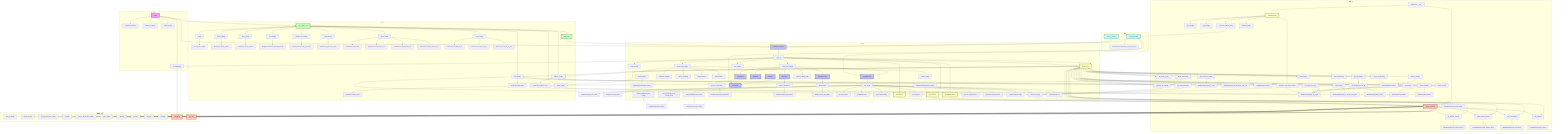
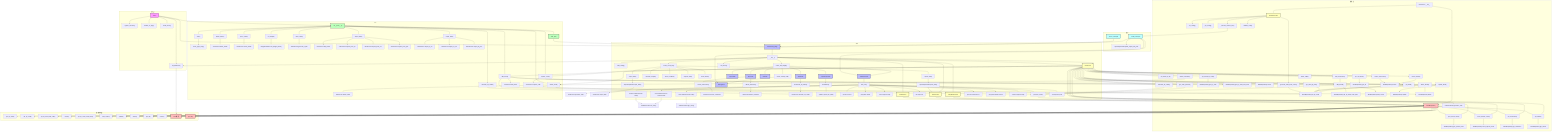
flowchart TD
    subgraph 主入口
        main["main()"] --> init_database["init_database()"]
        main --> register_services["register_services()"]
        main --> handle_cli_args["handle_cli_args()"]
        main --> show_menu["show_menu()"]
    end

    subgraph GUI
        VMTOOLPyQtApp["VMTOOLPyQtApp"] --> __init__["__init__()"]
        __init__ --> load_config["load_config()"]
        __init__ --> create_menu_bar["create_menu_bar()"]
        __init__ --> init_database
        __init__ --> DictService
        __init__ --> WeightCalculator
        __init__ --> FilterService
        __init__ --> StatsService
        __init__ --> set_theme["set_theme()"]
        __init__ --> create_tab_widget["create_tab_widget()"]

        create_menu_bar --> import_data["import_data()"]
        create_menu_bar --> export_data["export_data()"]
        create_menu_bar --> calculate_weight["calculate_weight()"]
        create_menu_bar --> detect_conflicts["detect_conflicts()"]
        create_menu_bar --> migrate_data["migrate_data()"]
        create_menu_bar --> show_about["show_about()"]

        import_data --> ImportExportTab.import_data["ImportExportTab.import_data()"]
        export_data --> ImportExportTab.export_data["ImportExportTab.export_data()"]

        create_tab_widget --> CharsTab["CharsTab"]
        create_tab_widget --> SpecialTab["SpecialTab"]
        create_tab_widget --> WordsTab["WordsTab"]
        create_tab_widget --> StatsTab["StatsTab"]
        create_tab_widget --> ImportExportTab["ImportExportTab"]
        create_tab_widget --> CodeRulesTab["CodeRulesTab"]
        create_tab_widget --> create_settings_tab["create_settings_tab()"]
        create_settings_tab --> SettingsTab["SettingsTab"]

        CharsTab --> search_characters_gui["search_characters()"]
        search_characters_gui --> DictService.search_characters

        CharsTab --> delete_character_gui["delete_character()"]
        delete_character_gui --> DictService.delete_character
+ 
+         WordsTab --> recalculate_all_codes_gui["recalculate_all_codes()"]
+         recalculate_all_codes_gui --> DictService.calculate_all_codes

        ImportExportTab --> showEvent["showEvent()"]
        showEvent --> update_export_full_path["update_export_full_path()"]

        CodeRulesTab --> test_rule["test_rule()"]
        test_rule --> get_rule_content["get rule content"]
        test_rule --> get_python_mode["get python mode"]
        test_rule --> save_original_config["save original config"]
        test_rule --> save_codegen_config["save CodeGenerator config"]
        test_rule --> set_temp_rule["set temp rule"]
        test_rule --> set_codegen_custom["set CodeGenerator to custom mode"]
        test_rule --> generate_code["generate_code()"]
        test_rule --> get_rule_name["get rule name from UI"]
        test_rule --> get_ui_python_mode["get python mode from UI"]
        test_rule --> restore_original_config["restore original config"]
        test_rule --> restore_codegen_config["restore CodeGenerator config"]
        test_rule --> cleanup_temp_rule["cleanup temp rule"]
    end

    subgraph CLI
        CLI_Main["cli/__main__.py"] --> main_cli["main()"]
        main_cli --> show_typer_help["show_typer_help()"]

        CLI_Main --> add_word["add_word()"]
        CLI_Main --> delete_word["delete_word()"]
        CLI_Main --> delete_batch["delete_batch()"]
        CLI_Main --> query_word["query_word()"]
        CLI_Main --> set_weight["set_weight()"]
        CLI_Main --> replace_code["replace_code()"]
        CLI_Main --> calculate_all_codes_cli["calculate_all_codes()"]
        CLI_Main --> show_stats["show_stats()"]
        CLI_Main --> import_data_cli["import_data()"]
        CLI_Main --> export_data_cli["export_data()"]
        CLI_Main --> start_gui["start_gui()"]

        add_word --> DictService.add_word
        delete_word --> DictService.delete_word
        delete_batch --> DictService.delete_words
        query_word --> DictService.search_words
        set_weight --> WeightCalculator.set_weight_directly
        replace_code --> DictService.replace_code
        calculate_all_codes_cli --> DictService.calculate_all_codes
        show_stats --> StatsService.generate_report
        import_data_cli --> DictService.add_words
        import_data_cli --> FilterService.import_from_txt
        import_data_cli --> FilterService.import_from_csv
        import_data_cli --> FilterService.import_from_json
        export_data_cli --> FilterService.export_to_txt
        export_data_cli --> FilterService.export_to_csv
        export_data_cli --> FilterService.export_to_json
        start_gui --> VMTOOLPyQtApp
    end

    subgraph 服务层
        DictService["DictService"] --> __init__["__init__()"]
        DictService.__init__ --> WordRepository
        DictService.__init__ --> CodeGenerator

        DictService --> get_word["get_word()"]
        get_word --> WordRepository.get_by_word

        DictService --> get_word_by_text["get_word_by_text()"]
        get_word_by_text --> WordRepository.get_by_word

        DictService --> get_word_by_id["get_word_by_id()"]

        DictService --> get_words_by_code["get_words_by_code()"]
        get_words_by_code --> WordRepository.get_by_code

        DictService --> get_special_chars["get_special_chars()"]
        get_special_chars --> WordRepository.get_special_chars

        DictService --> count_special_chars["count_special_chars()"]
        count_special_chars --> WordRepository.count_special_chars

        DictService --> get_characters["get_characters()"]
        get_characters --> WordRepository.get_characters

        DictService --> get_words["get_words()"]
        get_words --> WordRepository.get_words

        DictService --> add_word["add_word()"]
        add_word --> generate_code["generate_code()"]
        generate_code --> CodeGenerator.generate_code
        add_word --> WordRepository.get_by_word_and_code
        add_word --> WordRepository.create

        DictService --> add_words["add_words()"]
        add_words --> generate_code
        add_words --> WordRepository.get_by_word_code_pairs
        add_words --> WordRepository.bulk_create

        DictService --> add_characters["add_characters()"]
        add_characters --> add_words

        DictService --> update_word["update_word()"]
        update_word --> WordRepository.get_by_word
        update_word --> WordRepository.update

        DictService --> delete_word["delete_word()"]
        delete_word --> WordRepository.get_by_word
        delete_word --> WordRepository.delete

        DictService --> delete_words["delete_words()"]
        delete_words --> WordRepository.get_by_word
        delete_words --> WordRepository.delete

        DictService --> delete_character["delete_character()"]
        delete_character --> delete_word

        DictService --> delete_table["delete_table()"]

        DictService --> replace_code["replace_code()"]
        replace_code --> update_word

        DictService --> get_all_words["get_all_words()"]
        get_all_words --> WordRepository.get_all

        DictService --> search_words["search_words()"]
        search_words --> WordRepository.search

        DictService --> search_characters["search_characters()"]
        search_characters --> WordRepository.search

        DictService --> get_code_preview["get_code_preview()"]
        get_code_preview --> generate_code

        DictService --> calculate_all_codes["calculate_all_codes()"]
        calculate_all_codes --> generate_code

        WeightCalculator["WeightCalculator"] --> WordRepository
        FilterService["FilterService"] --> WordRepository
        StatsService["StatsService"] --> WordRepository

        CodeGenerator["CodeGenerator"] --> set_config["set_config()"]
        CodeGenerator --> get_config["get_config()"]
        CodeGenerator --> generate_code_from_chars["generate_code_from_chars()"]
        CodeGenerator --> _execute_custom_rule["_execute_custom_rule()"]
        CodeGenerator --> validate_code["validate_code()"]
    end

    subgraph 数据访问层
        WordRepository["WordRepository"] --> get_by_word["get_by_word()"]
        WordRepository --> get_by_code["get_by_code()"]
        WordRepository --> get_special_chars["get_special_chars()"]
        WordRepository --> count_special_chars["count_special_chars()"]
        WordRepository --> get_characters["get_characters()"]
        WordRepository --> get_words["get_words()"]
        WordRepository --> get_by_word_and_code["get_by_word_and_code()"]
        WordRepository --> create["create()"]
        WordRepository --> get_by_word_code_pairs["get_by_word_code_pairs()"]
        WordRepository --> bulk_create["bulk_create()"]
        WordRepository --> update["update()"]
        WordRepository --> delete["delete()"]
        WordRepository --> get_all["get_all()"]
        WordRepository --> search["search()"]

        WordRepository --> Word["Word模型"]
        WordRepository --> get_db["get_db()"]
        init_database --> Word
    end

    subgraph 核心
        config_manager["config_manager"] --> VMTOOLPyQtApp
        config_manager --> CodeRulesTab
        config_manager --> ImportExportTab.update_export_full_path
        config_manager --> SettingsTab
        theme_manager["theme_manager"] --> VMTOOLPyQtApp
    end

    main --> CLI_Main
    main --> VMTOOLPyQtApp
    test_rule --> DictService.generate_code
    set_codegen_custom --> CodeGenerator.set_config
    save_codegen_config --> CodeGenerator.get_config
    restore_codegen_config --> CodeGenerator.set_config
    generate_code_from_chars --> WordRepository.get_by_word
    _execute_custom_rule --> config_manager
    ImportExportTab.export_data --> DictService.export_data
    ImportExportTab.import_data --> FilterService

    classDef main fill:#f9f,stroke:#333,stroke-width:2px;
    classDef gui fill:#bbf,stroke:#333,stroke-width:2px;
    classDef cli fill:#bfb,stroke:#333,stroke-width:2px;
    classDef service fill:#ffb,stroke:#333,stroke-width:2px;
    classDef dal fill:#fbb,stroke:#333,stroke-width:2px;
    classDef core fill:#bff,stroke:#333,stroke-width:2px;

    class main main;
    class VMTOOLPyQtApp,CharsTab,SpecialTab,WordsTab,StatsTab,ImportExportTab,CodeRulesTab,SettingsTab gui;
    class CLI_Main,start_gui cli;
    class DictService,WeightCalculator,FilterService,StatsService,CodeGenerator service;
    class WordRepository,Word,get_db,dal dal;
    class config_manager,theme_manager core;